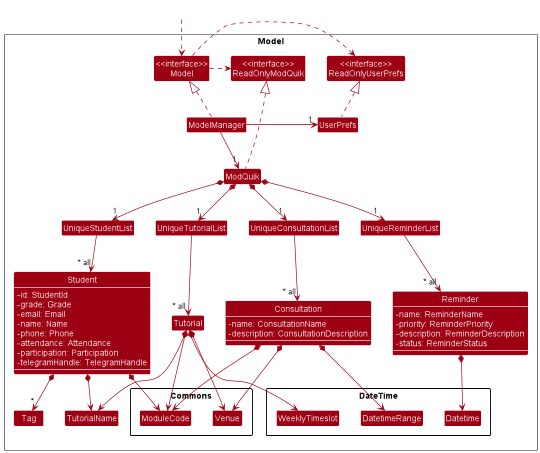
This is docs/images/ModelClassDiagram.png from nus-cs2103-AY2223S1/tp, a PlantUML export, as it was before one commit.
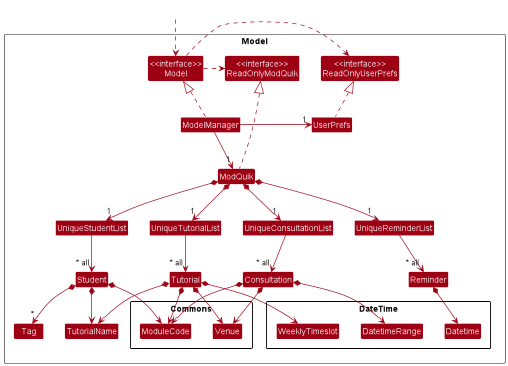
After the change.

Diff of the diagram source:
```diff
@@ -20,28 +20,11 @@
 Class UniqueReminderList
 }
 
-Class Student {
-    -id: StudentId
-    -grade: Grade
-    -email: Email
-    -name: Name
-    -phone: Phone
-    -attendance: Attendance
-    -participation: Participation
-    -telegramHandle: TelegramHandle
-}
+Class Student
 
-Class Consultation {
-    -name: ConsultationName
-    -description: ConsultationDescription
-}
+Class Consultation
 
-Class Reminder {
-    -name: ReminderName
-    -priority: ReminderPriority
-    -description: ReminderDescription
-    -status: ReminderStatus
-}
+Class Reminder
 
 Class Tutorial
 Class TutorialName
@@ -60,10 +43,6 @@
 }
 
 }
-
-show Student members
-show Consultation members
-show Reminder members
 
 Class HiddenOutside #FFFFFF
 HiddenOutside ..> Model
```
